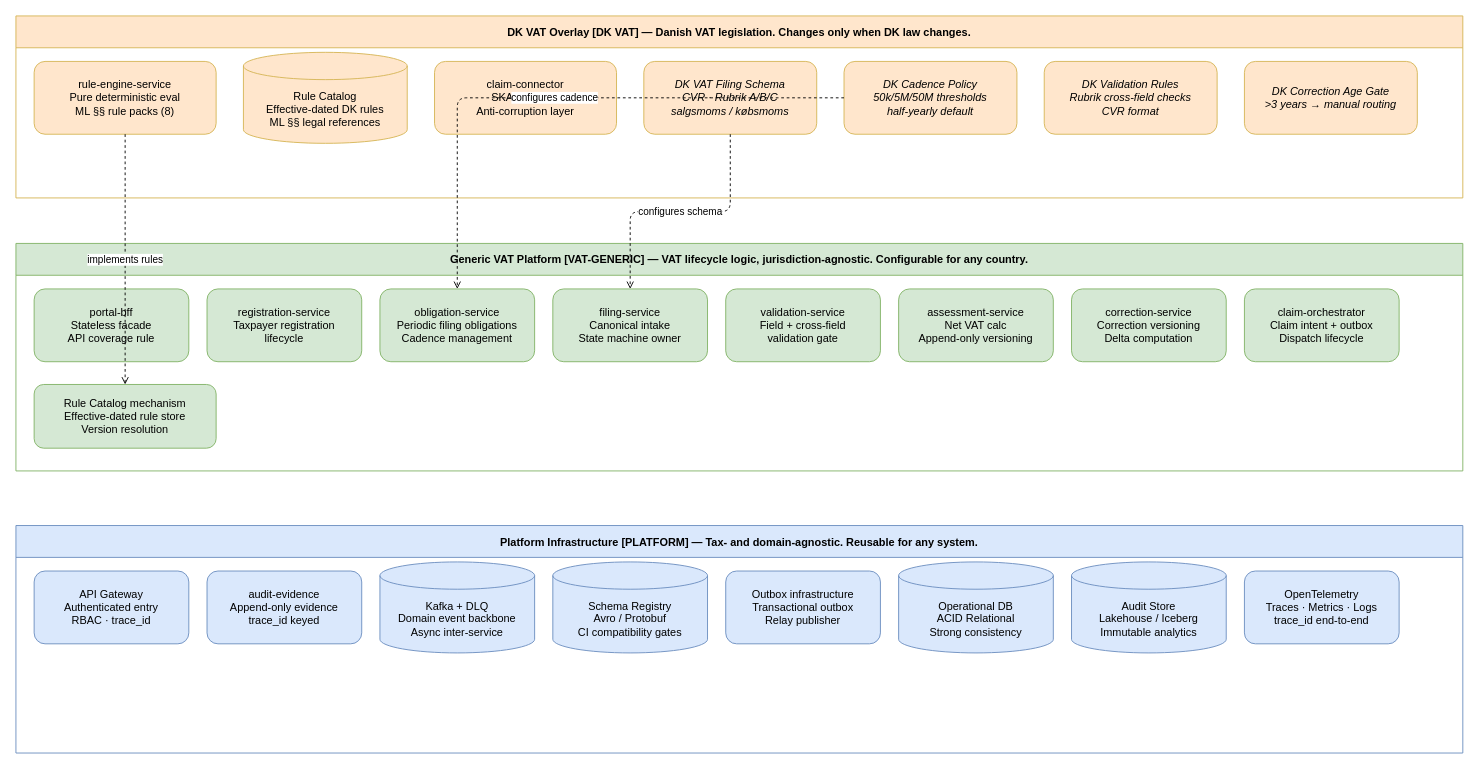
This is page "01 Module Layer Map" (1 of 8) of design/drawings/tax-core-module-interactions.drawio from nc-tbi/VATRI-Codex, a draw.io file, before an edit. Source tidied: cells renumbered, new cells numbered last; positions are measured from the earlier drawing's top-left corner, leaving out a move shared by most shapes. Both pictures are drawn from the tidied source at 91%, with x=0, y=0 at pixel (15, 15).
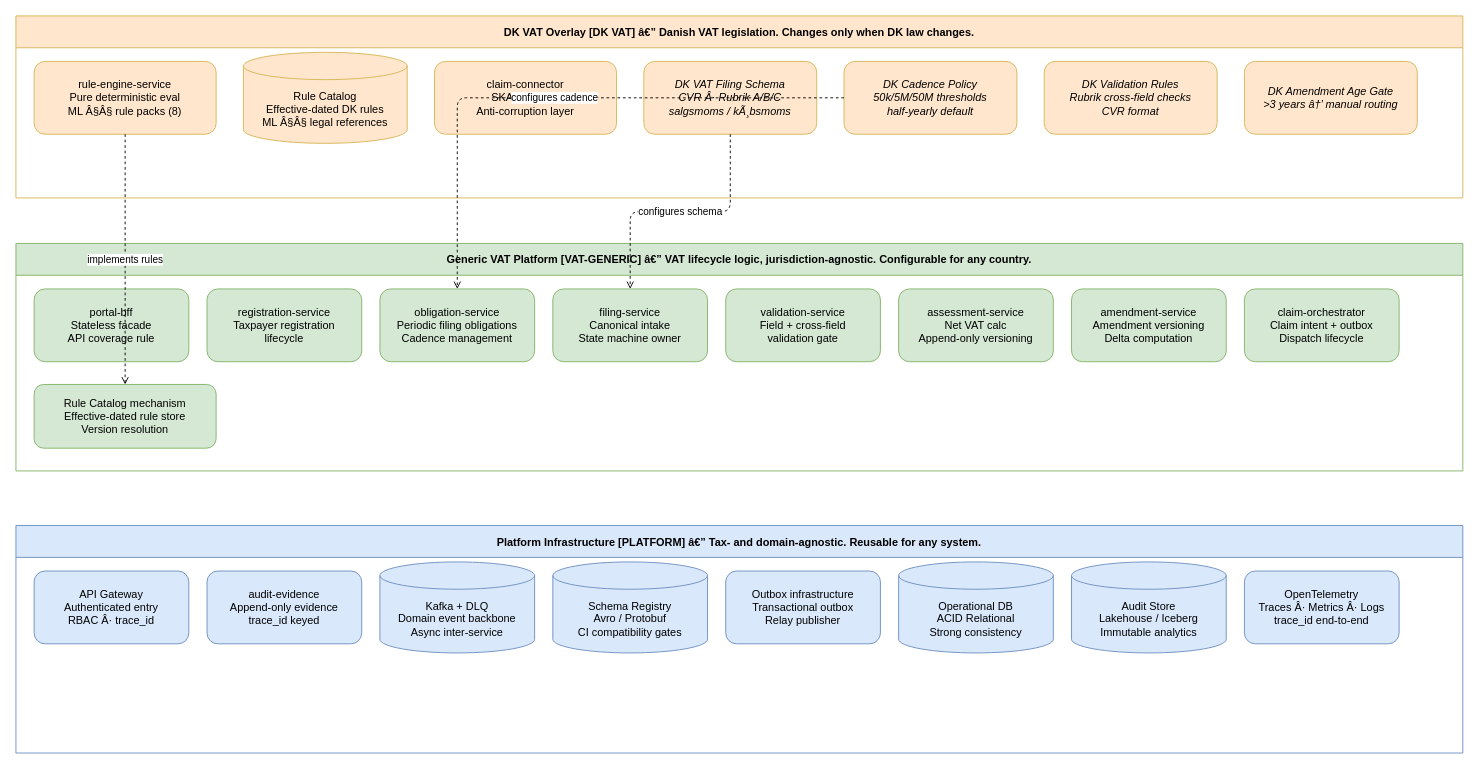
After the change.

The edit, as a diff of the source:
```diff
@@
-    <mxCell id="2" value="DK VAT Overlay [DK VAT] — Danish VAT legislation. Changes only when DK law changes." style="swimlane;fontStyle=1;align=center;startSize=35;fillColor=#ffe6cc;strokeColor=#d6b656;" parent="1" vertex="1">
+    <mxCell id="2" value="DK VAT Overlay [DK VAT] â€” Danish VAT legislation. Changes only when DK law changes." style="swimlane;fontStyle=1;align=center;startSize=35;fillColor=#ffe6cc;strokeColor=#d6b656;" parent="1" vertex="1">
       <mxGeometry width="1590" height="200" as="geometry" />
     </mxCell>
-    <mxCell id="3" value="rule-engine-service&#10;Pure deterministic eval&#10;ML §§ rule packs (8)" style="rounded=1;whiteSpace=wrap;html=1;fillColor=#ffe6cc;strokeColor=#d6b656;" parent="2" vertex="1">
+    <mxCell id="3" value="rule-engine-service&#10;Pure deterministic eval&#10;ML Â§Â§ rule packs (8)" style="rounded=1;whiteSpace=wrap;html=1;fillColor=#ffe6cc;strokeColor=#d6b656;" parent="2" vertex="1">
       <mxGeometry x="20" y="50" width="200" height="80" as="geometry" />
     </mxCell>
-    <mxCell id="4" value="Rule Catalog&#10;Effective-dated DK rules&#10;ML §§ legal references" style="shape=cylinder3;boundedLbl=1;backgroundOutline=1;size=15;fillColor=#ffe6cc;strokeColor=#d6b656;whiteSpace=wrap;html=1;" parent="2" vertex="1">
+    <mxCell id="4" value="Rule Catalog&#10;Effective-dated DK rules&#10;ML Â§Â§ legal references" style="shape=cylinder3;boundedLbl=1;backgroundOutline=1;size=15;fillColor=#ffe6cc;strokeColor=#d6b656;whiteSpace=wrap;html=1;" parent="2" vertex="1">
       <mxGeometry x="250" y="40" width="180" height="100" as="geometry" />
     </mxCell>
@@
-    <mxCell id="6" value="DK VAT Filing Schema&#10;CVR · Rubrik A/B/C&#10;salgsmoms / købsmoms" style="rounded=1;whiteSpace=wrap;html=1;fillColor=#ffe6cc;strokeColor=#d6b656;fontStyle=2;" parent="2" vertex="1">
+    <mxCell id="6" value="DK VAT Filing Schema&#10;CVR Â· Rubrik A/B/C&#10;salgsmoms / kÃ¸bsmoms" style="rounded=1;whiteSpace=wrap;html=1;fillColor=#ffe6cc;strokeColor=#d6b656;fontStyle=2;" parent="2" vertex="1">
       <mxGeometry x="690" y="50" width="190" height="80" as="geometry" />
     </mxCell>
@@
-    <mxCell id="9" value="DK Correction Age Gate&#10;&gt;3 years → manual routing" style="rounded=1;whiteSpace=wrap;html=1;fillColor=#ffe6cc;strokeColor=#d6b656;fontStyle=2;" parent="2" vertex="1">
+    <mxCell id="9" value="DK Amendment Age Gate&#10;&gt;3 years â†’ manual routing" style="rounded=1;whiteSpace=wrap;html=1;fillColor=#ffe6cc;strokeColor=#d6b656;fontStyle=2;" parent="2" vertex="1">
       <mxGeometry x="1350" y="50" width="190" height="80" as="geometry" />
     </mxCell>
-    <mxCell id="10" value="Generic VAT Platform [VAT-GENERIC] — VAT lifecycle logic, jurisdiction-agnostic. Configurable for any country." style="swimlane;fontStyle=1;align=center;startSize=35;fillColor=#d5e8d4;strokeColor=#82b366;" parent="1" vertex="1">
+    <mxCell id="10" value="Generic VAT Platform [VAT-GENERIC] â€” VAT lifecycle logic, jurisdiction-agnostic. Configurable for any country." style="swimlane;fontStyle=1;align=center;startSize=35;fillColor=#d5e8d4;strokeColor=#82b366;" parent="1" vertex="1">
       <mxGeometry y="250" width="1590" height="250" as="geometry" />
     </mxCell>
@@
-    <mxCell id="17" value="correction-service&#10;Correction versioning&#10;Delta computation" style="rounded=1;whiteSpace=wrap;html=1;fillColor=#d5e8d4;strokeColor=#82b366;" parent="10" vertex="1">
+    <mxCell id="17" value="amendment-service&#10;Amendment versioning&#10;Delta computation" style="rounded=1;whiteSpace=wrap;html=1;fillColor=#d5e8d4;strokeColor=#82b366;" parent="10" vertex="1">
       <mxGeometry x="1160" y="50" width="170" height="80" as="geometry" />
     </mxCell>
@@
-    <mxCell id="20" value="Platform Infrastructure [PLATFORM] — Tax- and domain-agnostic. Reusable for any system." style="swimlane;fontStyle=1;align=center;startSize=35;fillColor=#dae8fc;strokeColor=#6c8ebf;" parent="1" vertex="1">
+    <mxCell id="20" value="Platform Infrastructure [PLATFORM] â€” Tax- and domain-agnostic. Reusable for any system." style="swimlane;fontStyle=1;align=center;startSize=35;fillColor=#dae8fc;strokeColor=#6c8ebf;" parent="1" vertex="1">
       <mxGeometry y="560" width="1590" height="250" as="geometry" />
     </mxCell>
-    <mxCell id="21" value="API Gateway&#10;Authenticated entry&#10;RBAC · trace_id" style="rounded=1;whiteSpace=wrap;html=1;fillColor=#dae8fc;strokeColor=#6c8ebf;" parent="20" vertex="1">
+    <mxCell id="21" value="API Gateway&#10;Authenticated entry&#10;RBAC Â· trace_id" style="rounded=1;whiteSpace=wrap;html=1;fillColor=#dae8fc;strokeColor=#6c8ebf;" parent="20" vertex="1">
       <mxGeometry x="20" y="50" width="170" height="80" as="geometry" />
     </mxCell>
@@
-    <mxCell id="28" value="OpenTelemetry&#10;Traces · Metrics · Logs&#10;trace_id end-to-end" style="rounded=1;whiteSpace=wrap;html=1;fillColor=#dae8fc;strokeColor=#6c8ebf;" parent="20" vertex="1">
+    <mxCell id="28" value="OpenTelemetry&#10;Traces Â· Metrics Â· Logs&#10;trace_id end-to-end" style="rounded=1;whiteSpace=wrap;html=1;fillColor=#dae8fc;strokeColor=#6c8ebf;" parent="20" vertex="1">
       <mxGeometry x="1350" y="50" width="170" height="80" as="geometry" />
     </mxCell>
```
